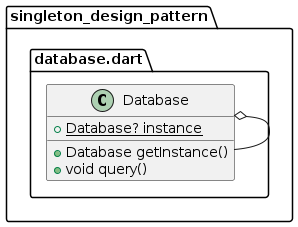
The PlantUML diagram design_patterns_explained_(with_code)/_2_singleton_design_pattern_explained/diagram.png in FedericoCalabro/Medium, before a commit. The source it was exported from:
```plantuml
@startuml
set namespaceSeparator ::

class "singleton_design_pattern::database.dart::Database" {
  {static} +Database? instance
  +Database getInstance()
  +void query()
}

"singleton_design_pattern::database.dart::Database" o-- "singleton_design_pattern::database.dart::Database"


@enduml
```
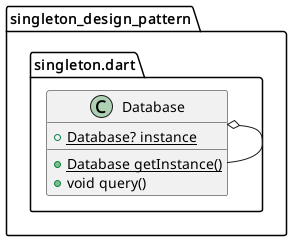
The same file after the commit.

What changed in the source:
```diff
@@ -1,13 +1,13 @@
 @startuml
 set namespaceSeparator ::
 
-class "singleton_design_pattern::database.dart::Database" {
+class "singleton_design_pattern::singleton.dart::Database" {
   {static} +Database? instance
-  +Database getInstance()
+  {static} +Database getInstance()
   +void query()
 }
 
-"singleton_design_pattern::database.dart::Database" o-- "singleton_design_pattern::database.dart::Database"
+"singleton_design_pattern::singleton.dart::Database" o-- "singleton_design_pattern::singleton.dart::Database"
 
 
 @enduml
```
